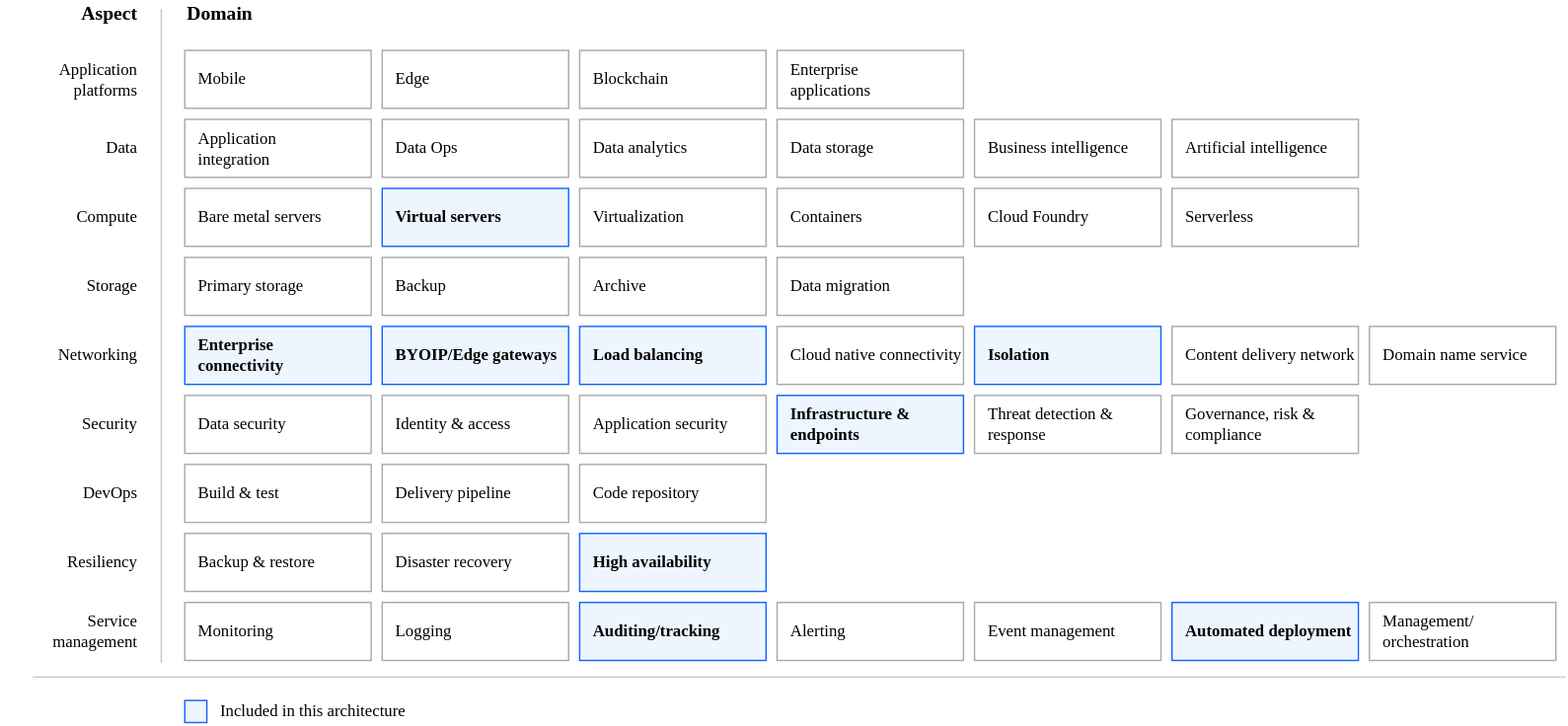
Above: reference-architectures/heat-map-deploy-arch-slz-vsi.svg in terraform-ibm-modules/terraform-ibm-landing-zone (draw.io), before the change. Source tidied: cells renumbered, new cells last; positions are measured from the earlier drawing's top-left corner, leaving out a move shared by most shapes.
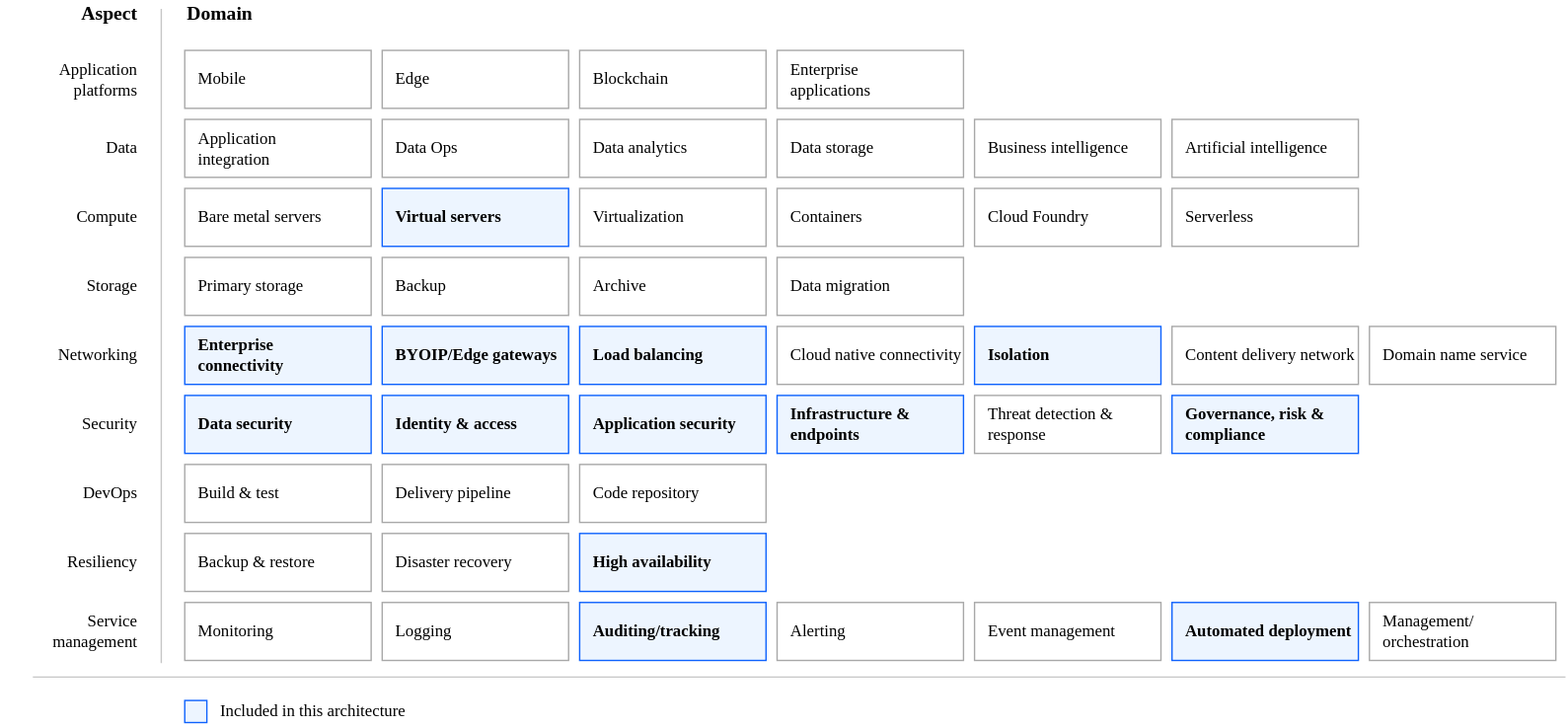
The same file after the commit.

Commit message:
docs: update vsi standard heatmap

From Adam's review comment
Highlight the following in Design requirements

- Data security
- Identity and access
- Application security
- Governance, risk and compliance

Diff of the diagram source:
```diff
@@ -20,7 +20,7 @@
     <mxCell id="7" value="Build &amp;amp; test" style="rounded=0;whiteSpace=wrap;html=1;strokeColor=#A8A8A8;align=left;spacingLeft=8;fontFamily=IBM Plex Sans;" parent="1" vertex="1">
       <mxGeometry x="133" y="336" width="135" height="42" as="geometry" />
     </mxCell>
-    <mxCell id="8" value="Data security" style="rounded=0;whiteSpace=wrap;html=1;strokeColor=#A8A8A8;align=left;spacingLeft=8;fontFamily=IBM Plex Sans;fontStyle=0;fillColor=default;" parent="1" vertex="1">
+    <mxCell id="8" value="Data security" style="rounded=0;whiteSpace=wrap;html=1;strokeColor=#0E62FD;align=left;spacingLeft=8;fontFamily=IBM Plex Sans;fontStyle=1;fillColor=#EDF5FF;" parent="1" vertex="1">
       <mxGeometry x="133" y="286" width="135" height="42" as="geometry" />
     </mxCell>
     <mxCell id="9" value="Backup &amp;amp; restore" style="rounded=0;whiteSpace=wrap;html=1;strokeColor=#A8A8A8;align=left;spacingLeft=8;fontFamily=IBM Plex Sans;" parent="1" vertex="1">
@@ -92,10 +92,10 @@
     <mxCell id="31" value="Domain name service" style="rounded=0;whiteSpace=wrap;html=1;strokeColor=#A8A8A8;align=left;spacingLeft=8;fontFamily=IBM Plex Sans;fillColor=default;fontStyle=0;" parent="1" vertex="1">
       <mxGeometry x="991" y="236" width="135" height="42" as="geometry" />
     </mxCell>
-    <mxCell id="32" value="Identity &amp;amp; access" style="rounded=0;whiteSpace=wrap;html=1;strokeColor=#A8A8A8;align=left;spacingLeft=8;fontFamily=IBM Plex Sans;fillColor=default;fontStyle=0;" parent="1" vertex="1">
+    <mxCell id="32" value="Identity &amp;amp; access" style="rounded=0;whiteSpace=wrap;html=1;strokeColor=#0E62FD;align=left;spacingLeft=8;fontFamily=IBM Plex Sans;fillColor=#EDF5FF;fontStyle=1;" parent="1" vertex="1">
       <mxGeometry x="276" y="286" width="135" height="42" as="geometry" />
     </mxCell>
-    <mxCell id="33" value="Application security" style="rounded=0;whiteSpace=wrap;html=1;strokeColor=#A8A8A8;align=left;spacingLeft=8;fontFamily=IBM Plex Sans;fillColor=default;fontStyle=0;" parent="1" vertex="1">
+    <mxCell id="33" value="Application security" style="rounded=0;whiteSpace=wrap;html=1;strokeColor=#0E62FD;align=left;spacingLeft=8;fontFamily=IBM Plex Sans;fillColor=#EDF5FF;fontStyle=1;" parent="1" vertex="1">
       <mxGeometry x="419" y="286" width="135" height="42" as="geometry" />
     </mxCell>
     <mxCell id="34" value="Infrastructure &amp;amp; endpoints" style="rounded=0;whiteSpace=wrap;html=1;strokeColor=#0E62FD;align=left;spacingLeft=8;fontFamily=IBM Plex Sans;fillColor=#EDF5FF;fontStyle=1;" parent="1" vertex="1">
@@ -104,7 +104,7 @@
     <mxCell id="35" value="Threat detection &amp;amp; response" style="rounded=0;whiteSpace=wrap;html=1;strokeColor=#A8A8A8;align=left;spacingLeft=8;fontFamily=IBM Plex Sans;fillColor=default;fontStyle=0;" parent="1" vertex="1">
       <mxGeometry x="705" y="286" width="135" height="42" as="geometry" />
     </mxCell>
-    <mxCell id="36" value="Governance, risk &amp;amp; compliance" style="rounded=0;whiteSpace=wrap;html=1;strokeColor=#A8A8A8;align=left;spacingLeft=8;fontFamily=IBM Plex Sans;fillColor=default;fontStyle=0;" parent="1" vertex="1">
+    <mxCell id="36" value="Governance, risk &amp;amp; compliance" style="rounded=0;whiteSpace=wrap;html=1;strokeColor=#0E62FD;align=left;spacingLeft=8;fontFamily=IBM Plex Sans;fillColor=#EDF5FF;fontStyle=1;" parent="1" vertex="1">
       <mxGeometry x="848" y="286" width="135" height="42" as="geometry" />
     </mxCell>
     <mxCell id="37" value="Delivery pipeline" style="rounded=0;whiteSpace=wrap;html=1;strokeColor=#A8A8A8;align=left;spacingLeft=8;fontFamily=IBM Plex Sans;fillColor=default;fontStyle=0;" parent="1" vertex="1">
```
